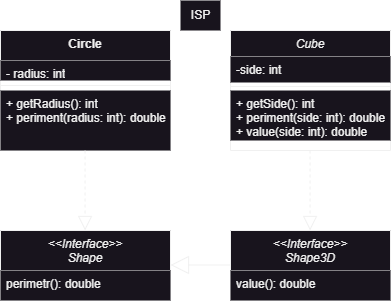
Above: hw03/ISP/ISP.png in PavelVolchenko/SoftwareArchitecture (draw.io), before the change. Source tidied: cells renumbered, new cells last; positions are measured from the earlier drawing's top-left corner, leaving out a move shared by most shapes.
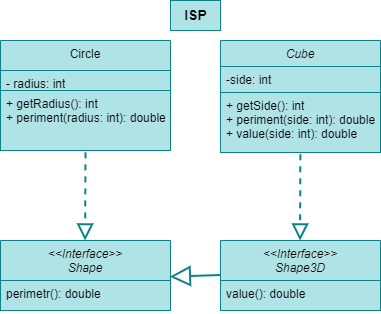
After the change.

The edit, as a diff of the source:
```diff
@@ -2,61 +2,52 @@
   <root>
     <mxCell id="0" />
     <mxCell id="1" parent="0" />
-    <mxCell id="2" value="Cube" style="swimlane;fontStyle=2;align=center;verticalAlign=top;horizontal=1;startSize=26;rounded=0;shadow=0;strokeWidth=1;fillColor=#18141D;" parent="1" vertex="1">
-      <mxGeometry x="230" y="30" width="160" height="120" as="geometry" />
+    <mxCell id="2" value="Cube" style="swimlane;fontStyle=2;align=center;verticalAlign=top;horizontal=1;startSize=26;rounded=0;shadow=0;strokeWidth=1;fillColor=#b0e3e6;strokeColor=#0e8088;" parent="1" vertex="1">
+      <mxGeometry x="220" y="30" width="160" height="112" as="geometry" />
     </mxCell>
-    <mxCell id="3" value="-side: int" style="text;align=left;verticalAlign=top;spacingLeft=4;spacingRight=4;overflow=hidden;fillColor=#18141D;" parent="2" vertex="1">
+    <mxCell id="3" value="-side: int" style="text;align=left;verticalAlign=top;spacingLeft=4;spacingRight=4;overflow=hidden;fillColor=#b0e3e6;strokeColor=#0e8088;" parent="2" vertex="1">
       <mxGeometry y="26" width="160" height="26" as="geometry" />
     </mxCell>
-    <mxCell id="4" style="line;html=1;strokeWidth=1;align=left;verticalAlign=middle;spacingTop=-1;spacingLeft=3;spacingRight=3;labelPosition=right;fillColor=#18141D;" parent="2" vertex="1">
-      <mxGeometry y="52" width="160" height="8" as="geometry" />
-    </mxCell>
-    <mxCell id="5" value="+ getSide(): int&#10;+ periment(side: int): double&#10;+ value(side: int): double&#10;" style="text;align=left;verticalAlign=top;spacingLeft=4;spacingRight=4;overflow=hidden;points=[[0,0.5],[1,0.5]];portConstraint=eastwest;fillColor=#18141D;" parent="2" vertex="1">
-      <mxGeometry y="60" width="160" height="50" as="geometry" />
+    <mxCell id="5" value="+ getSide(): int&#10;+ periment(side: int): double&#10;+ value(side: int): double&#10;" style="text;align=left;verticalAlign=top;spacingLeft=4;spacingRight=4;overflow=hidden;points=[[0,0.5],[1,0.5]];portConstraint=eastwest;fillColor=#b0e3e6;strokeColor=#0e8088;" parent="2" vertex="1">
+      <mxGeometry y="52" width="160" height="60" as="geometry" />
     </mxCell>
-    <mxCell id="6" value="&lt;&lt;Interface&gt;&gt;&#10;Shape" style="swimlane;fontStyle=2;align=center;verticalAlign=top;horizontal=1;startSize=40;rounded=0;shadow=0;strokeWidth=1;fillColor=#18141D;" parent="1" vertex="1">
+    <mxCell id="6" value="&lt;&lt;Interface&gt;&gt;&#10;Shape" style="swimlane;fontStyle=2;align=center;verticalAlign=top;horizontal=1;startSize=40;rounded=0;shadow=0;strokeWidth=1;fillColor=#b0e3e6;strokeColor=#0e8088;" parent="1" vertex="1">
       <mxGeometry y="230" width="170" height="70" as="geometry" />
     </mxCell>
-    <mxCell id="7" value="perimetr(): double" style="text;align=left;verticalAlign=top;spacingLeft=4;spacingRight=4;overflow=hidden;points=[[0,0.5],[1,0.5]];portConstraint=eastwest;fillColor=#18141D;" parent="6" vertex="1">
+    <mxCell id="7" value="perimetr(): double" style="text;align=left;verticalAlign=top;spacingLeft=4;spacingRight=4;overflow=hidden;points=[[0,0.5],[1,0.5]];portConstraint=eastwest;fillColor=#b0e3e6;strokeColor=#0e8088;" parent="6" vertex="1">
       <mxGeometry y="40" width="170" height="30" as="geometry" />
     </mxCell>
-    <mxCell id="8" value="Circle" style="swimlane;fontStyle=1;align=center;verticalAlign=top;horizontal=1;startSize=30;whiteSpace=wrap;html=1;swimlaneLine=1;strokeColor=default;fillColor=#18141D;gradientColor=none;swimlaneFillColor=none;rounded=0;glass=0;shadow=0;swimlaneHead=1;swimlaneBody=1;" parent="1" vertex="1">
-      <mxGeometry y="30" width="170" height="120" as="geometry" />
+    <mxCell id="8" value="&lt;span style=&quot;font-weight: normal;&quot;&gt;Circle&lt;/span&gt;" style="swimlane;fontStyle=1;align=center;verticalAlign=top;horizontal=1;startSize=30;whiteSpace=wrap;html=1;swimlaneLine=1;strokeColor=#0e8088;fillColor=#b0e3e6;swimlaneFillColor=none;rounded=0;glass=0;shadow=0;swimlaneHead=1;swimlaneBody=1;" parent="1" vertex="1">
+      <mxGeometry y="30" width="170" height="110" as="geometry" />
     </mxCell>
-    <mxCell id="9" value="- radius: int" style="text;strokeColor=none;fillColor=#18141D;align=left;verticalAlign=top;spacingLeft=4;spacingRight=4;overflow=hidden;whiteSpace=wrap;html=1;" parent="8" vertex="1">
+    <mxCell id="9" value="- radius: int" style="text;strokeColor=#0e8088;fillColor=#b0e3e6;align=left;verticalAlign=top;spacingLeft=4;spacingRight=4;overflow=hidden;whiteSpace=wrap;html=1;" parent="8" vertex="1">
       <mxGeometry y="30" width="170" height="20" as="geometry" />
     </mxCell>
-    <mxCell id="10" style="line;strokeWidth=1;fillColor=#18141D;align=left;verticalAlign=middle;spacingTop=-1;spacingLeft=3;spacingRight=3;labelPosition=right;strokeColor=inherit;" parent="8" vertex="1">
-      <mxGeometry y="50" width="170" height="10" as="geometry" />
-    </mxCell>
-    <mxCell id="11" value="+ getRadius(): int&lt;br&gt;+ periment(radius: int): double" style="text;strokeColor=none;fillColor=#18141D;align=left;verticalAlign=top;spacingLeft=4;spacingRight=4;overflow=hidden;points=[[0,0.5],[1,0.5]];portConstraint=eastwest;whiteSpace=wrap;html=1;" parent="8" vertex="1">
-      <mxGeometry y="60" width="170" height="60" as="geometry" />
+    <mxCell id="11" value="+ getRadius(): int&lt;br&gt;+ periment(radius: int): double" style="text;strokeColor=#0e8088;fillColor=#b0e3e6;align=left;verticalAlign=top;spacingLeft=4;spacingRight=4;overflow=hidden;points=[[0,0.5],[1,0.5]];portConstraint=eastwest;whiteSpace=wrap;html=1;" parent="8" vertex="1">
+      <mxGeometry y="50" width="170" height="60" as="geometry" />
     </mxCell>
-    <mxCell id="12" value="ISP" style="text;html=1;align=center;verticalAlign=middle;strokeColor=none;fillColor=#18141D;" parent="1" vertex="1">
-      <mxGeometry x="180" width="40" height="30" as="geometry" />
+    <mxCell id="12" value="ISP" style="text;html=1;align=center;verticalAlign=middle;strokeColor=#0e8088;fillColor=#b0e3e6;fontSize=14;fontStyle=1;" parent="1" vertex="1">
+      <mxGeometry x="170" y="-10" width="50" height="30" as="geometry" />
     </mxCell>
-    <mxCell id="13" style="endArrow=block;dashed=1;endFill=0;endSize=12;html=1;rounded=0;fillColor=#18141D;" parent="1" edge="1">
+    <mxCell id="13" style="endArrow=block;dashed=1;endFill=0;endSize=12;html=1;rounded=0;fillColor=#b0e3e6;strokeColor=#0e8088;exitX=0.5;exitY=1.032;exitDx=0;exitDy=0;exitPerimeter=0;strokeWidth=2;" parent="1" edge="1" source="11">
       <mxGeometry relative="1" as="geometry">
-        <mxPoint x="84.6" y="150" as="sourcePoint" />
         <mxPoint x="84.6" y="230" as="targetPoint" />
       </mxGeometry>
     </mxCell>
-    <mxCell id="14" value="&lt;&lt;Interface&gt;&gt;&#10;Shape3D" style="swimlane;fontStyle=2;align=center;verticalAlign=top;horizontal=1;startSize=40;rounded=0;shadow=0;strokeWidth=1;fillColor=#18141D;" parent="1" vertex="1">
-      <mxGeometry x="230" y="230" width="160" height="70" as="geometry" />
+    <mxCell id="14" value="&lt;&lt;Interface&gt;&gt;&#10;Shape3D" style="swimlane;fontStyle=2;align=center;verticalAlign=top;horizontal=1;startSize=40;rounded=0;shadow=0;strokeWidth=1;fillColor=#b0e3e6;strokeColor=#0e8088;" parent="1" vertex="1">
+      <mxGeometry x="220" y="230" width="160" height="70" as="geometry" />
     </mxCell>
-    <mxCell id="15" value="value(): double" style="text;align=left;verticalAlign=top;spacingLeft=4;spacingRight=4;overflow=hidden;fillColor=#18141D;" parent="14" vertex="1">
+    <mxCell id="15" value="value(): double" style="text;align=left;verticalAlign=top;spacingLeft=4;spacingRight=4;overflow=hidden;fillColor=#b0e3e6;strokeColor=#0e8088;" parent="14" vertex="1">
       <mxGeometry y="40" width="160" height="30" as="geometry" />
     </mxCell>
-    <mxCell id="16" style="endArrow=block;dashed=1;endFill=0;endSize=12;html=1;rounded=0;fillColor=#18141D;" parent="1" edge="1">
+    <mxCell id="16" style="endArrow=block;dashed=1;endFill=0;endSize=12;html=1;rounded=0;fillColor=#b0e3e6;strokeColor=#0e8088;exitX=0.499;exitY=1.029;exitDx=0;exitDy=0;exitPerimeter=0;strokeWidth=2;" parent="1" edge="1" source="5">
       <mxGeometry relative="1" as="geometry">
-        <mxPoint x="309.6" y="150" as="sourcePoint" />
-        <mxPoint x="309.6" y="230" as="targetPoint" />
+        <mxPoint x="299.6" y="230" as="targetPoint" />
       </mxGeometry>
     </mxCell>
-    <mxCell id="17" style="endArrow=block;endSize=16;endFill=0;html=1;rounded=0;fillColor=#18141D;" parent="1" edge="1">
+    <mxCell id="17" style="endArrow=block;endSize=16;endFill=0;html=1;rounded=0;fillColor=#b0e3e6;strokeColor=#0e8088;strokeWidth=2;entryX=0.996;entryY=-0.127;entryDx=0;entryDy=0;entryPerimeter=0;" parent="1" edge="1" target="7">
       <mxGeometry relative="1" as="geometry">
-        <mxPoint x="230" y="264.5" as="sourcePoint" />
-        <mxPoint x="170" y="264.5" as="targetPoint" />
+        <mxPoint x="220" y="264.5" as="sourcePoint" />
       </mxGeometry>
     </mxCell>
   </root>
```
